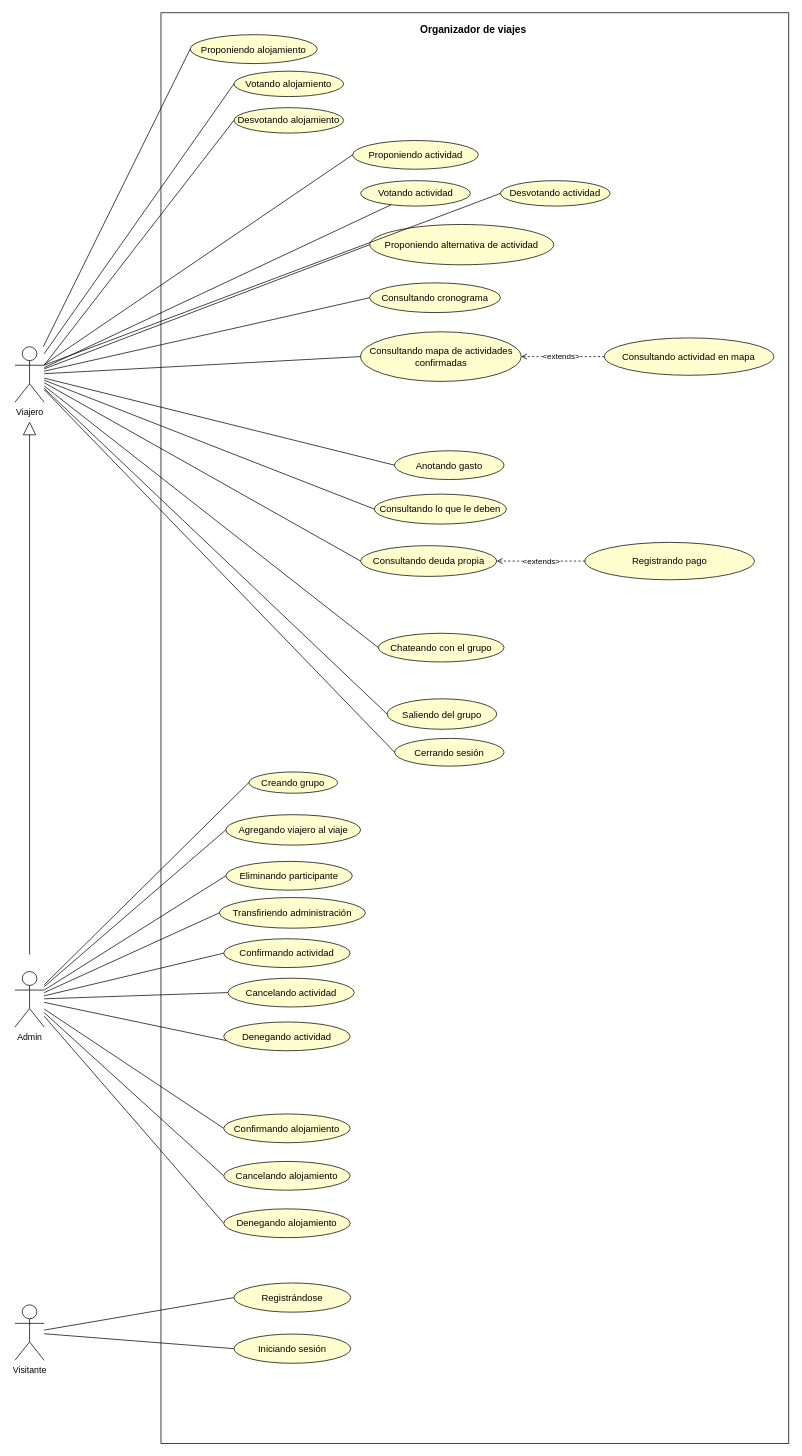
Before: page "casos de uso" (1 of 11) of docs/diagramas.drawio in tomashsieh7/organizacion_viajes, a draw.io diagram. Source tidied: cells renumbered, new cells numbered last; positions are measured from the earlier drawing's top-left corner, leaving out a move shared by most shapes. Both pictures are drawn from the tidied source at 73%, with x=0, y=0 at pixel (15, 12).
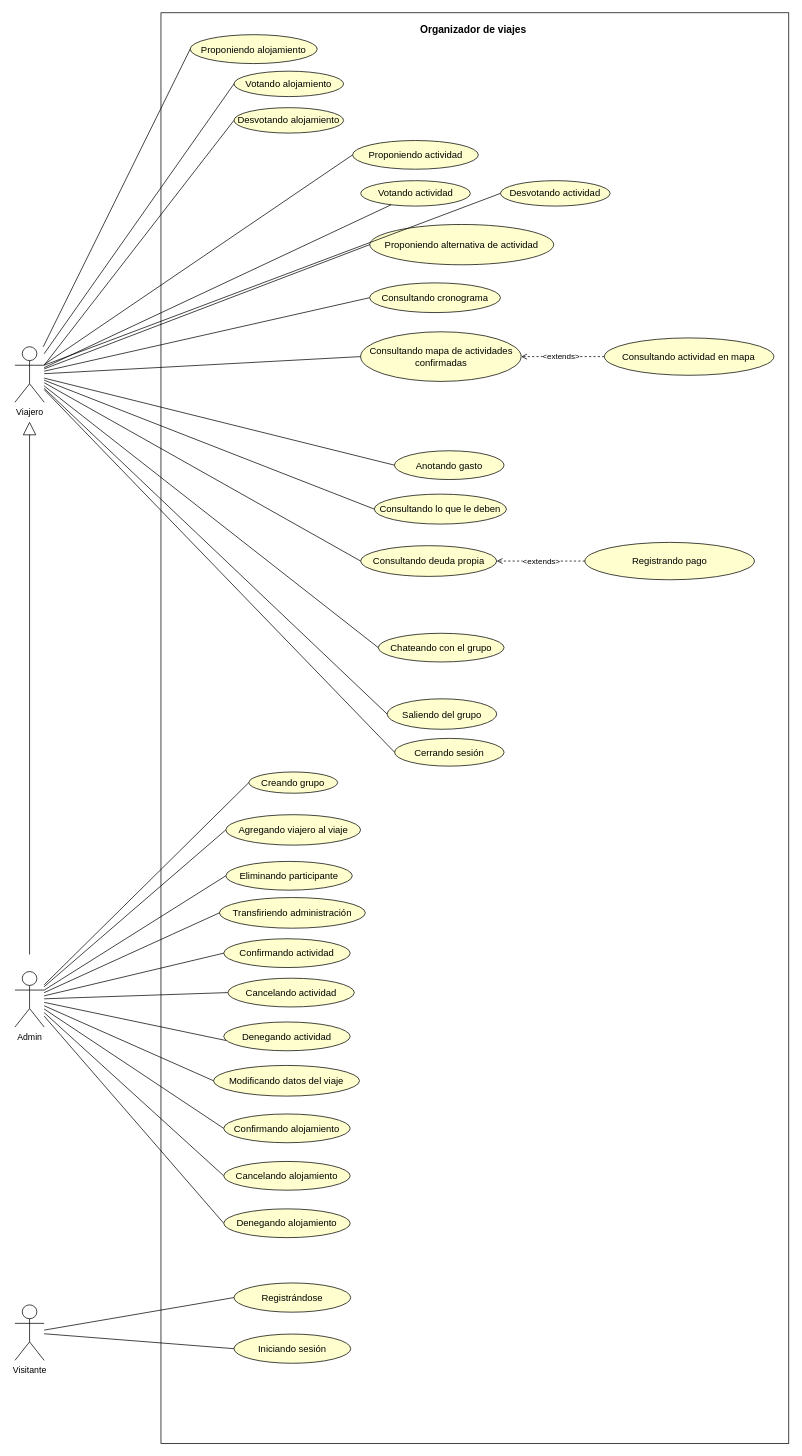
After the change.

Unchanged cells that the change refers to:
```xml
<mxCell id="4" value="Admin" style="shape=umlActor;verticalLabelPosition=bottom;labelBackgroundColor=#ffffff;verticalAlign=top;html=1;outlineConnect=0;strokeColor=light-dark(#000000,#FFFFFF);" parent="1" vertex="1">
  <mxGeometry y="1313.4" width="40" height="76" as="geometry" />
</mxCell>
```

Diff of the diagram source:
```diff
@@
+    <mxCell id="66" value="Modificando datos del viaje" style="ellipse;whiteSpace=wrap;html=1;fillColor=#FEFECE;strokeColor=light-dark(#000000,#FFFFFF);fontSize=13;" parent="1" vertex="1">
+      <mxGeometry x="272" y="1442" width="200" height="42" as="geometry" />
+    </mxCell>
+    <mxCell id="67" style="endArrow=none;startArrow=none;html=1;strokeColor=light-dark(#000000,#FFFFFF);entryX=0;entryY=0.5;entryDx=0;entryDy=0;" parent="1" edge="1" source="4" target="66">
+      <mxGeometry relative="1" as="geometry" />
+    </mxCell>
```
